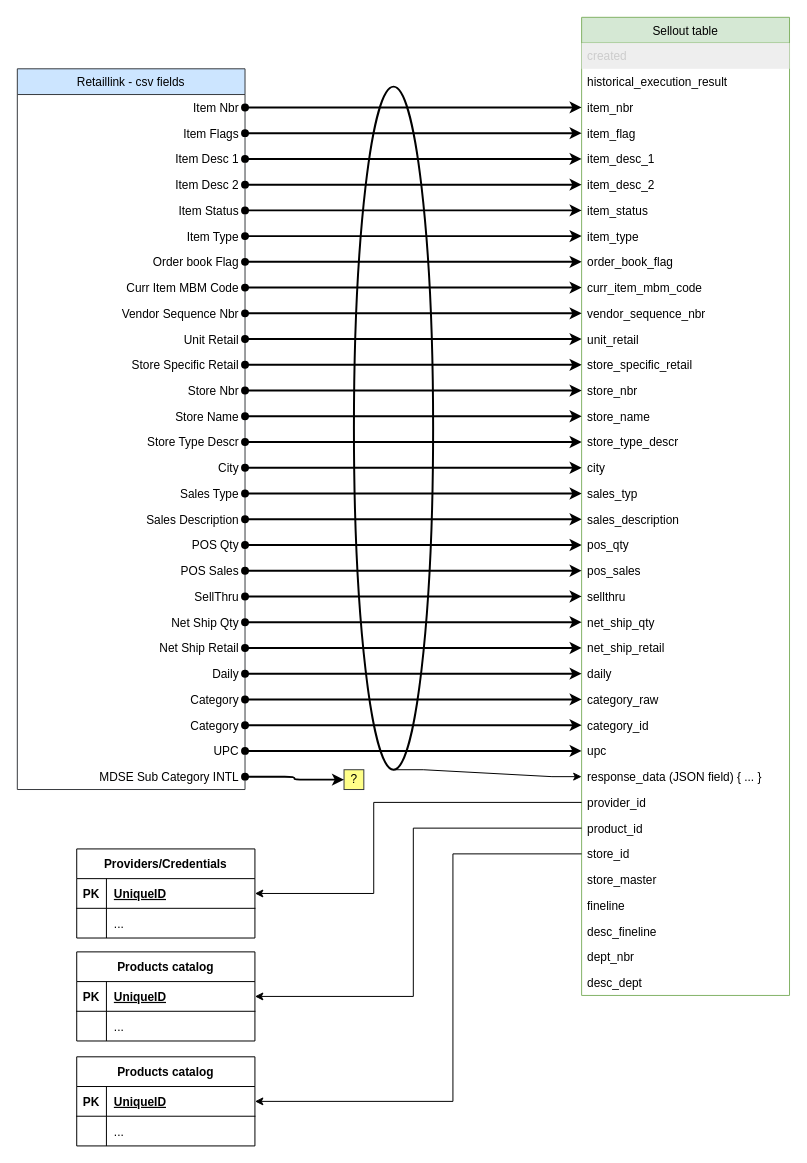
misaelnieto/chale keeps this draw.io diagram as page "Retaillink" (1 of 2) of Data fields.drawio. Above is the earlier version. Source tidied: cells renumbered, new cells numbered last; positions are measured from the earlier drawing's top-left corner, leaving out a move shared by most shapes. Both pictures are drawn from the tidied source at 99%, with x=0, y=0 at pixel (17, 17).
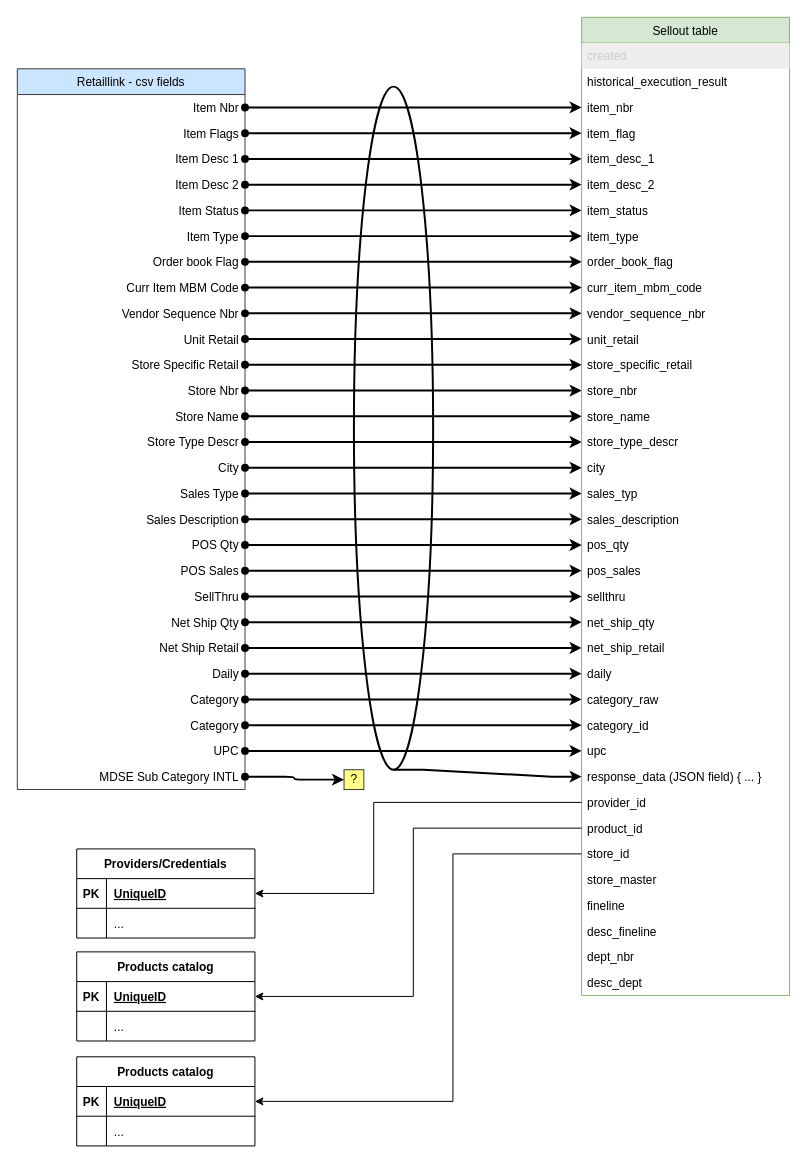
Above is the later version.

The change refers to these unchanged cells:
```xml
<mxCell id="31" value="response_data (JSON field) { ... }" style="text;strokeColor=none;fillColor=none;align=left;verticalAlign=top;spacingLeft=4;spacingRight=4;overflow=hidden;points=[[0,0.5],[1,0.5]];portConstraint=eastwest;" parent="2" vertex="1">
  <mxGeometry y="754" width="210" height="26" as="geometry" />
</mxCell>
<mxCell id="119" style="ellipse;whiteSpace=wrap;html=1;fillColor=none;strokeWidth=2;" parent="1" vertex="1">
  <mxGeometry x="340" y="70" width="80" height="690" as="geometry" />
</mxCell>
```

The edit, as a diff of the source:
```diff
@@
-    <mxCell id="118" style="edgeStyle=entityRelationEdgeStyle;rounded=0;jettySize=auto;html=1;exitX=0.5;exitY=1;exitDx=0;exitDy=0;" parent="1" edge="1" source="119" target="31">
+    <mxCell id="118" style="edgeStyle=entityRelationEdgeStyle;rounded=0;jettySize=auto;html=1;exitX=0.5;exitY=1;exitDx=0;exitDy=0;strokeWidth=2;" parent="1" edge="1" source="119" target="31">
       <mxGeometry relative="1" as="geometry" />
     </mxCell>
```
